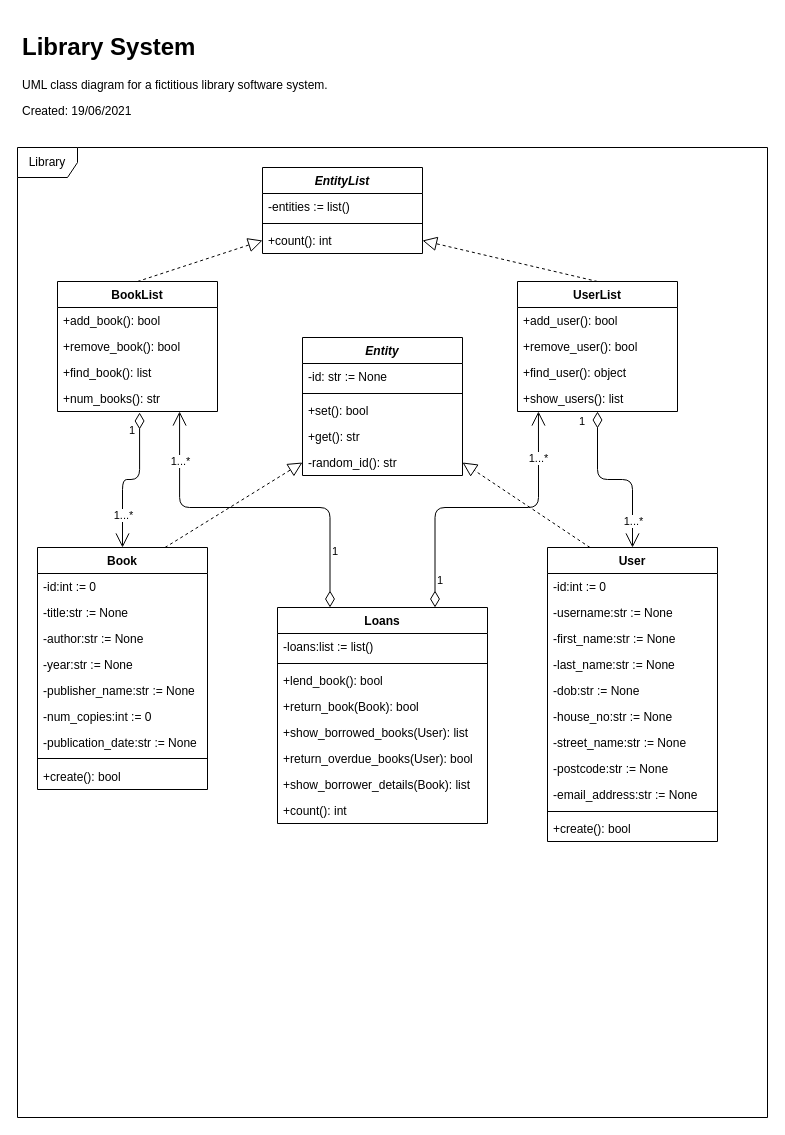
Earlier version of the draw.io diagram class_diagram.drawio (Chrisu892/Simple-Library-System). Source tidied: cells renumbered, new cells numbered last; positions are measured from the earlier drawing's top-left corner, leaving out a move shared by most shapes. Both pictures are drawn from the tidied source at 100%, with x=0, y=0 at pixel (17, 27).
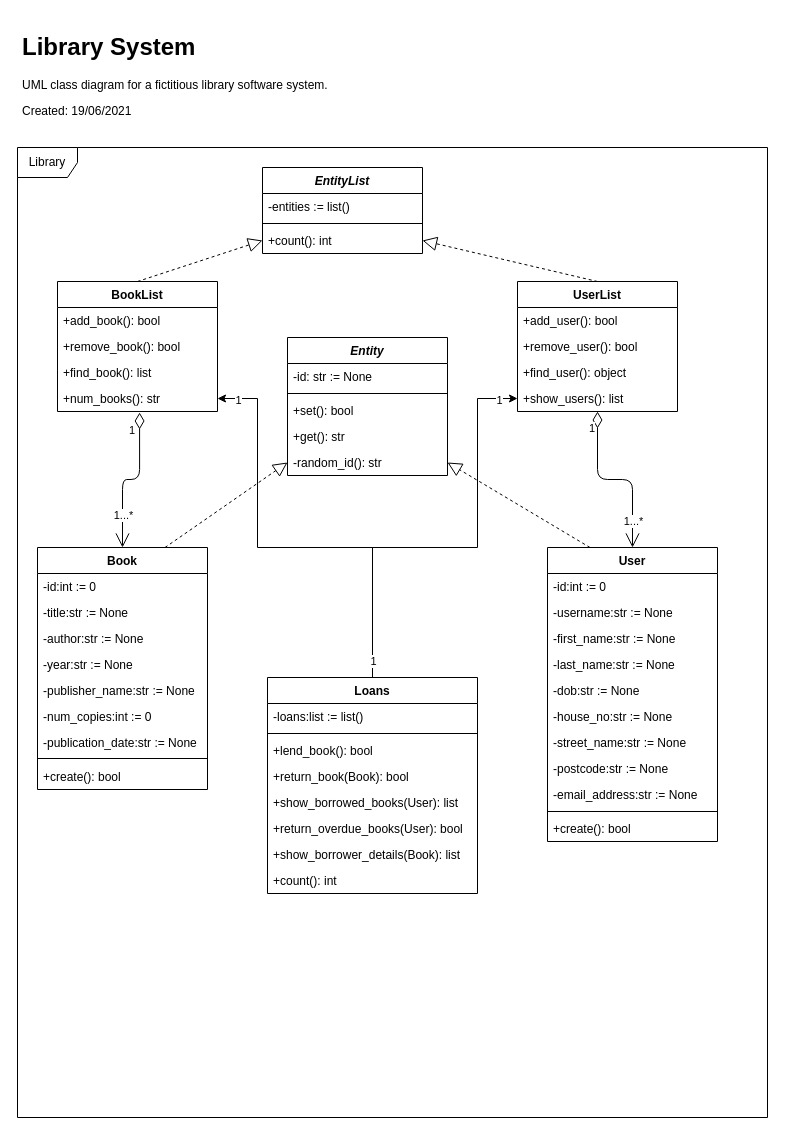
After the change.

Unchanged cells that the change refers to:
```xml
<mxCell id="13" value="User" style="swimlane;fontStyle=1;align=center;verticalAlign=top;horizontal=1;startSize=26;rounded=0;shadow=0;strokeWidth=1;" parent="1" vertex="1">
  <mxGeometry x="530" y="520" width="170" height="294" as="geometry" />
</mxCell>
<mxCell id="25" value="UserList" style="swimlane;fontStyle=1;align=center;verticalAlign=top;horizontal=1;startSize=26;rounded=0;shadow=0;strokeWidth=1;" parent="1" vertex="1">
  <mxGeometry x="500" y="254" width="160" height="130" as="geometry" />
</mxCell>
<mxCell id="29" value="+show_users(): list" style="text;align=left;verticalAlign=top;spacingLeft=4;spacingRight=4;overflow=hidden;points=[[0,0.5],[1,0.5]];portConstraint=eastwest;" parent="25" vertex="1">
  <mxGeometry y="104" width="160" height="26" as="geometry" />
</mxCell>
<mxCell id="34" value="+num_books(): str" style="text;align=left;verticalAlign=top;spacingLeft=4;spacingRight=4;overflow=hidden;points=[[0,0.5],[1,0.5]];portConstraint=eastwest;" parent="30" vertex="1">
  <mxGeometry y="104" width="160" height="26" as="geometry" />
</mxCell>
```

What changed in the source:
```diff
@@
+    <mxCell id="57" style="edgeStyle=orthogonalEdgeStyle;rounded=0;jettySize=auto;html=1;exitX=0.5;exitY=0;exitDx=0;exitDy=0;entryX=1;entryY=0.5;entryDx=0;entryDy=0;" parent="1" edge="1" source="35" target="34">
+      <mxGeometry relative="1" as="geometry">
+        <Array as="points">
+          <mxPoint x="355" y="520" />
+          <mxPoint x="240" y="520" />
+          <mxPoint x="240" y="371" />
+        </Array>
+      </mxGeometry>
+    </mxCell>
+    <mxCell id="67" value="1" style="edgeLabel;html=1;align=center;verticalAlign=middle;" parent="57" vertex="1">
+      <mxGeometry x="0.91" y="1" relative="1" as="geometry" />
+    </mxCell>
+    <mxCell id="55" style="edgeStyle=orthogonalEdgeStyle;rounded=0;jettySize=auto;html=1;exitX=0.5;exitY=0;exitDx=0;exitDy=0;entryX=0;entryY=0.5;entryDx=0;entryDy=0;" parent="1" edge="1" source="35" target="29">
+      <mxGeometry relative="1" as="geometry">
+        <Array as="points">
+          <mxPoint x="355" y="520" />
+          <mxPoint x="460" y="520" />
+          <mxPoint x="460" y="371" />
+        </Array>
+      </mxGeometry>
+    </mxCell>
+    <mxCell id="68" value="1" style="edgeLabel;html=1;align=center;verticalAlign=middle;" parent="55" vertex="1">
+      <mxGeometry x="-0.92" relative="1" as="geometry" />
+    </mxCell>
+    <mxCell id="69" value="1" style="edgeLabel;html=1;align=center;verticalAlign=middle;" parent="55" vertex="1">
+      <mxGeometry x="0.91" y="-1" relative="1" as="geometry" />
+    </mxCell>
     <mxCell id="35" value="Loans" style="swimlane;fontStyle=1;align=center;verticalAlign=top;horizontal=1;startSize=26;rounded=0;shadow=0;strokeWidth=1;" parent="1" vertex="1">
-      <mxGeometry x="260" y="580" width="210" height="216" as="geometry" />
+      <mxGeometry x="250" y="650" width="210" height="216" as="geometry" />
     </mxCell>
@@
     <mxCell id="47" value="1" style="endArrow=open;html=1;endSize=12;startArrow=diamondThin;startSize=14;startFill=0;edgeStyle=orthogonalEdgeStyle;align=left;verticalAlign=bottom;exitX=0.5;exitY=1;exitDx=0;exitDy=0;entryX=0.5;entryY=0;entryDx=0;entryDy=0;" parent="1" edge="1" source="25" target="13">
-      <mxGeometry x="-0.78" y="-20" relative="1" as="geometry" />
+      <mxGeometry x="-0.7" y="-10" relative="1" as="geometry" />
     </mxCell>
@@
-    <mxCell id="55" value="1" style="endArrow=open;html=1;endSize=12;startArrow=diamondThin;startSize=14;startFill=0;edgeStyle=orthogonalEdgeStyle;align=left;verticalAlign=bottom;exitX=0.75;exitY=0;exitDx=0;exitDy=0;entryX=0.131;entryY=1;entryDx=0;entryDy=0;entryPerimeter=0;" parent="1" edge="1" source="35" target="29">
-      <mxGeometry x="-0.88" relative="1" as="geometry">
-        <Array as="points">
-          <mxPoint x="418" y="480" />
-          <mxPoint x="521" y="480" />
-        </Array>
-      </mxGeometry>
-    </mxCell>
-    <mxCell id="56" value="1...*" style="edgeLabel;html=1;align=center;verticalAlign=middle;" parent="55" vertex="1">
-      <mxGeometry x="0.64" y="-1" relative="1" as="geometry">
-        <mxPoint x="-1" y="-7" as="offset" />
-      </mxGeometry>
-    </mxCell>
-    <mxCell id="57" value="1" style="endArrow=open;html=1;endSize=12;startArrow=diamondThin;startSize=14;startFill=0;edgeStyle=orthogonalEdgeStyle;align=left;verticalAlign=bottom;entryX=0.763;entryY=1;entryDx=0;entryDy=0;exitX=0.25;exitY=0;exitDx=0;exitDy=0;entryPerimeter=0;" parent="1" edge="1" source="35" target="34">
-      <mxGeometry x="-0.73" relative="1" as="geometry">
-        <Array as="points">
-          <mxPoint x="313" y="480" />
-          <mxPoint x="162" y="480" />
-        </Array>
-      </mxGeometry>
-    </mxCell>
-    <mxCell id="58" value="1...*" style="edgeLabel;html=1;align=center;verticalAlign=middle;" parent="57" vertex="1">
-      <mxGeometry x="0.64" y="-1" relative="1" as="geometry">
-        <mxPoint x="-1" y="-13" as="offset" />
-      </mxGeometry>
-    </mxCell>
     <mxCell id="59" value="Entity" style="swimlane;fontStyle=3;align=center;verticalAlign=top;horizontal=1;startSize=26;rounded=0;shadow=0;strokeWidth=1;" parent="1" vertex="1">
-      <mxGeometry x="285" y="310" width="160" height="138" as="geometry" />
+      <mxGeometry x="270" y="310" width="160" height="138" as="geometry" />
     </mxCell>
```
